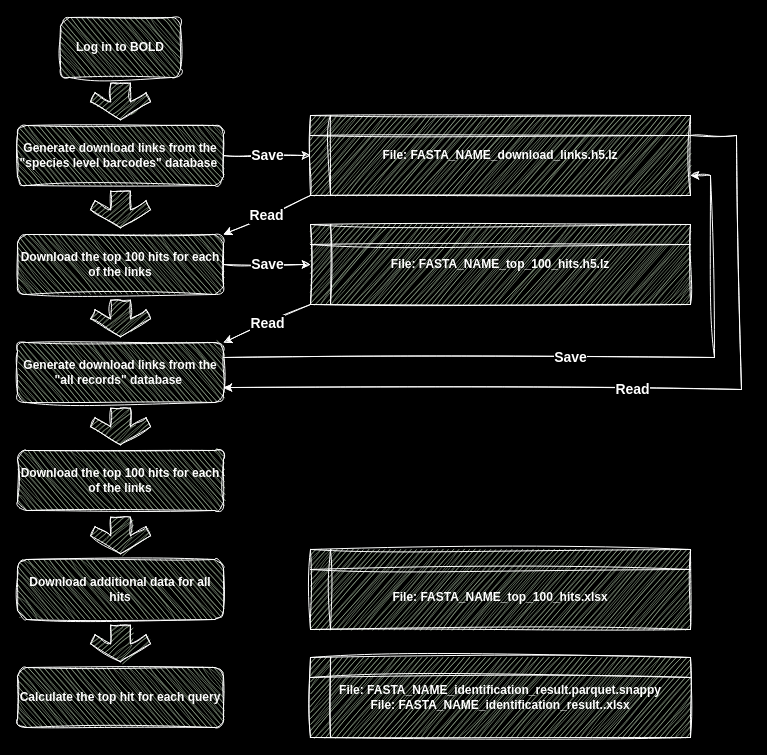
Earlier version of the draw.io diagram how_it_works.drawio (DominikBuchner/BOLDigger2). Source tidied: cells renumbered, new cells numbered last; positions are measured from the earlier drawing's top-left corner, leaving out a move shared by most shapes. Both pictures are drawn from the tidied source at 100%, with x=0, y=0 at pixel (17, 17).
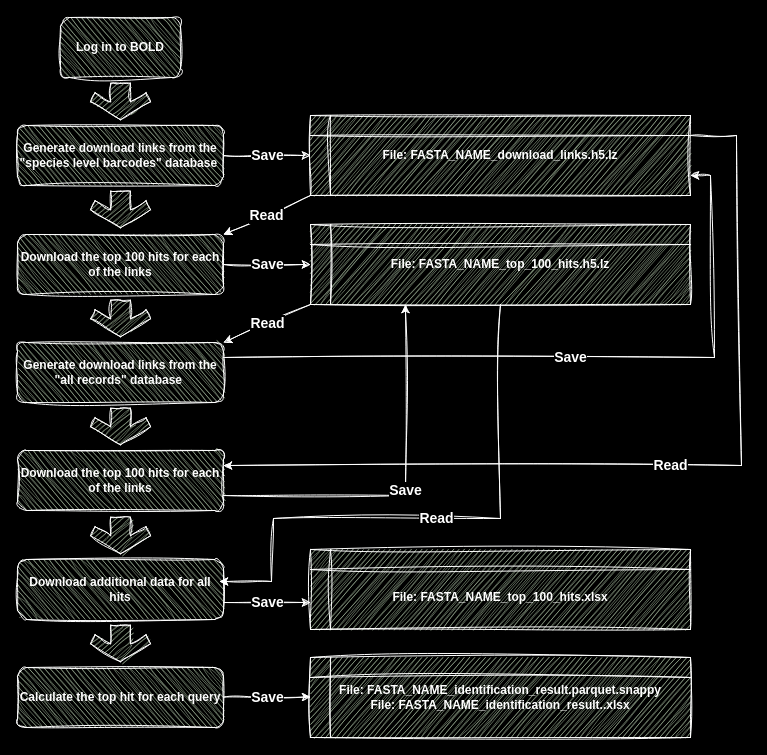
The same page after the edit.

Unchanged cells that the change refers to:
```xml
<mxCell id="5" value="&lt;b&gt;&lt;font color=&quot;#ffffff&quot;&gt;File: FASTA_NAME_download_links.h5.lz&lt;/font&gt;&lt;/b&gt;" style="shape=internalStorage;whiteSpace=wrap;html=1;backgroundOutline=1;labelBackgroundColor=none;fillColor=#B2C9AB;strokeColor=#FFFFFF;fontColor=#000000;sketch=1;curveFitting=1;jiggle=2;" parent="1" vertex="1">
  <mxGeometry x="293" y="98" width="380" height="80" as="geometry" />
</mxCell>
<mxCell id="6" value="&lt;b&gt;&lt;font color=&quot;#ffffff&quot;&gt;File: FASTA_NAME_top_100_hits.h5.lz&lt;/font&gt;&lt;/b&gt;" style="shape=internalStorage;whiteSpace=wrap;html=1;backgroundOutline=1;labelBackgroundColor=none;fillColor=#B2C9AB;strokeColor=#FFFFFF;fontColor=#000000;sketch=1;curveFitting=1;jiggle=2;" parent="1" vertex="1">
  <mxGeometry x="293" y="207" width="380" height="80" as="geometry" />
</mxCell>
<mxCell id="9" value="&lt;b&gt;&lt;font color=&quot;#ffffff&quot;&gt;Generate download links from the &quot;all records&quot; database&amp;nbsp;&lt;/font&gt;&lt;/b&gt;" style="rounded=1;whiteSpace=wrap;html=1;flipV=1;labelBackgroundColor=none;fillColor=#B2C9AB;strokeColor=#ffffff;fontColor=#000000;sketch=1;curveFitting=1;jiggle=2;" parent="1" vertex="1">
  <mxGeometry y="325" width="206" height="60" as="geometry" />
</mxCell>
<mxCell id="11" value="&lt;b&gt;&lt;font color=&quot;#ffffff&quot;&gt;Download the top 100 hits for each of the links&lt;/font&gt;&lt;/b&gt;" style="rounded=1;whiteSpace=wrap;html=1;flipV=1;labelBackgroundColor=none;fillColor=#B2C9AB;strokeColor=#ffffff;fontColor=#000000;sketch=1;curveFitting=1;jiggle=2;" parent="1" vertex="1">
  <mxGeometry y="433" width="206" height="60" as="geometry" />
</mxCell>
```

What changed in the source:
```diff
@@
-    <mxCell id="24" value="Read" style="endArrow=classic;html=1;rounded=0;strokeColor=#ffffff;labelBackgroundColor=#000000;fontColor=#FFFFFF;fontSize=14;fontStyle=1;sketch=1;curveFitting=1;jiggle=2;entryX=1;entryY=0.75;entryDx=0;entryDy=0;exitX=1;exitY=0.25;exitDx=0;exitDy=0;" parent="1" edge="1" source="5" target="9">
+    <mxCell id="24" value="Read" style="endArrow=classic;html=1;rounded=0;strokeColor=#ffffff;labelBackgroundColor=#000000;fontColor=#FFFFFF;fontSize=14;fontStyle=1;sketch=1;curveFitting=1;jiggle=2;entryX=1;entryY=0.25;entryDx=0;entryDy=0;exitX=1;exitY=0.25;exitDx=0;exitDy=0;" parent="1" edge="1" source="5" target="11">
       <mxGeometry relative="1" as="geometry">
         <Array as="points">
           <mxPoint x="719" y="118" />
-          <mxPoint x="724" y="372" />
+          <mxPoint x="724" y="448" />
         </Array>
       </mxGeometry>
     </mxCell>
+    <mxCell id="25" value="Save" style="endArrow=classic;html=1;rounded=0;strokeColor=#ffffff;labelBackgroundColor=#000000;fontColor=#FFFFFF;fontSize=14;fontStyle=1;sketch=1;curveFitting=1;jiggle=2;exitX=1;exitY=0.75;exitDx=0;exitDy=0;entryX=0.25;entryY=1;entryDx=0;entryDy=0;" parent="1" edge="1" source="11" target="6">
+      <mxGeometry relative="1" as="geometry">
+        <Array as="points">
+          <mxPoint x="388" y="478" />
+        </Array>
+      </mxGeometry>
+    </mxCell>
+    <mxCell id="26" value="Read" style="endArrow=classic;html=1;rounded=0;strokeColor=#ffffff;labelBackgroundColor=#000000;fontColor=#FFFFFF;fontSize=14;fontStyle=1;sketch=1;curveFitting=1;jiggle=2;entryX=1;entryY=0;entryDx=0;entryDy=0;exitX=0.5;exitY=1;exitDx=0;exitDy=0;" parent="1" edge="1" source="6">
+      <mxGeometry relative="1" as="geometry">
+        <mxPoint x="202" y="564" as="targetPoint" />
+        <Array as="points">
+          <mxPoint x="483" y="501" />
+          <mxPoint x="256" y="501" />
+          <mxPoint x="254" y="564" />
+        </Array>
+      </mxGeometry>
+    </mxCell>
+    <mxCell id="27" value="Save" style="endArrow=classic;html=1;rounded=0;strokeColor=#ffffff;labelBackgroundColor=#000000;fontColor=#FFFFFF;fontSize=14;fontStyle=1;sketch=1;curveFitting=1;jiggle=2;exitX=1;exitY=0.5;exitDx=0;exitDy=0;entryX=0;entryY=0.5;entryDx=0;entryDy=0;" parent="1" edge="1">
+      <mxGeometry relative="1" as="geometry">
+        <mxPoint x="206" y="585" as="sourcePoint" />
+        <mxPoint x="293" y="585" as="targetPoint" />
+      </mxGeometry>
+    </mxCell>
+    <mxCell id="28" value="Save" style="endArrow=classic;html=1;rounded=0;strokeColor=#ffffff;labelBackgroundColor=#000000;fontColor=#FFFFFF;fontSize=14;fontStyle=1;sketch=1;curveFitting=1;jiggle=2;exitX=1;exitY=0.5;exitDx=0;exitDy=0;entryX=0;entryY=0.5;entryDx=0;entryDy=0;" parent="1" edge="1">
+      <mxGeometry relative="1" as="geometry">
+        <mxPoint x="206" y="679.6" as="sourcePoint" />
+        <mxPoint x="293" y="679.6" as="targetPoint" />
+      </mxGeometry>
+    </mxCell>
```
